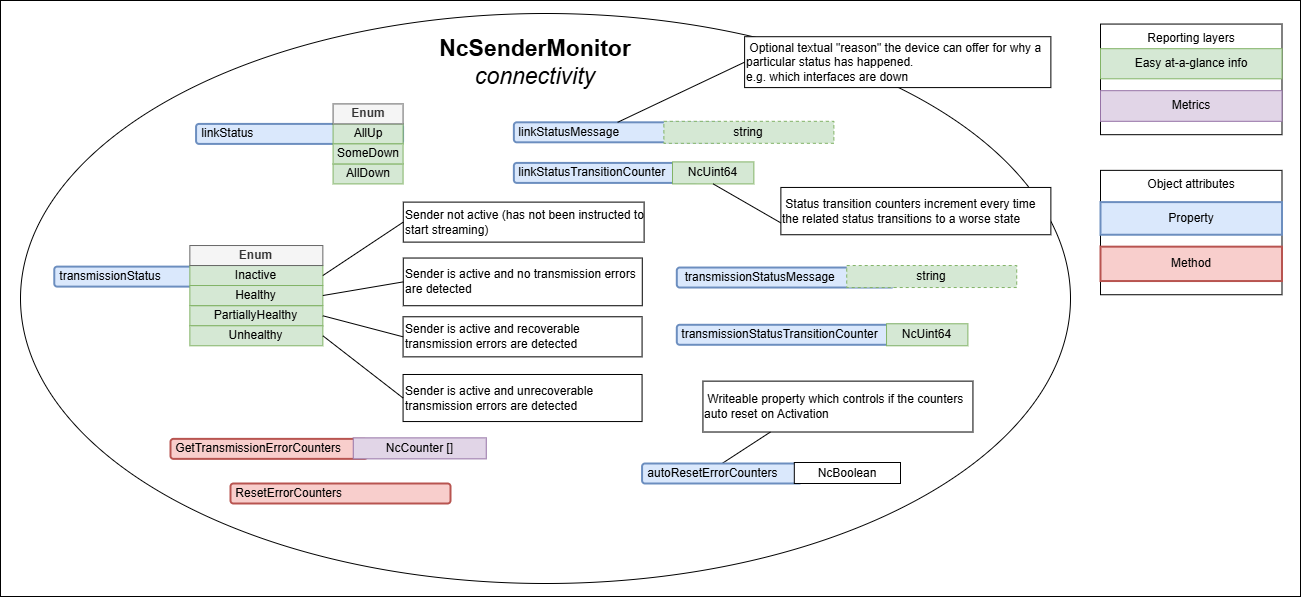
AMWA-TV/bcp-008-02 keeps this draw.io diagram as docs/images/sender-model-connectivity.png. Above is the earlier version. Source tidied: cells renumbered, new cells last; positions are measured from the earlier drawing's top-left corner, leaving out a move shared by most shapes.
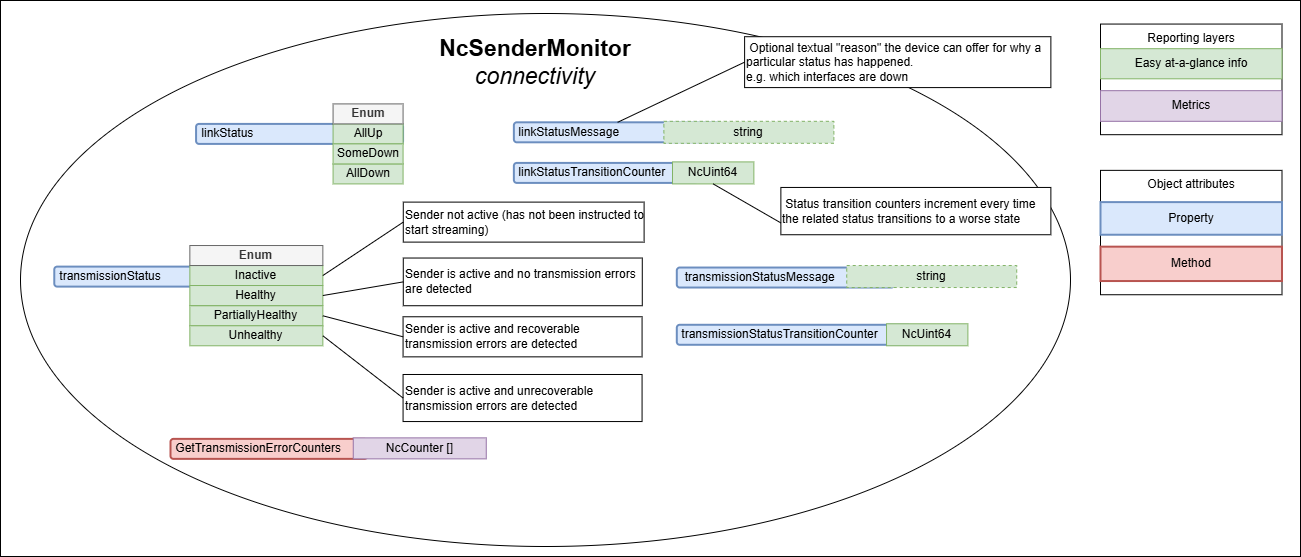
After the change.

Change to the diagram source:
```diff
@@ -3,10 +3,10 @@
     <mxCell id="0" />
     <mxCell id="1" parent="0" />
     <mxCell id="2" style="rounded=0;whiteSpace=wrap;html=1;" parent="1" vertex="1">
-      <mxGeometry width="1300" height="596" as="geometry" />
+      <mxGeometry width="1300" height="556" as="geometry" />
     </mxCell>
     <mxCell id="3" style="ellipse;whiteSpace=wrap;html=1;" parent="1" vertex="1">
-      <mxGeometry x="20" y="13" width="1050" height="570" as="geometry" />
+      <mxGeometry x="20" y="13" width="1050" height="533" as="geometry" />
     </mxCell>
     <mxCell id="4" value="&amp;nbsp;&amp;nbsp;transmissionStatusMessage" style="rounded=1;whiteSpace=wrap;html=1;align=left;fillColor=#dae8fc;strokeColor=#6c8ebf;strokeWidth=2;" parent="1" vertex="1">
       <mxGeometry x="676.3" y="267" width="217.5" height="20" as="geometry" />
@@ -104,11 +104,10 @@
     <mxCell id="35" value="string" style="rounded=0;whiteSpace=wrap;html=1;dashed=1;fillColor=#d5e8d4;strokeColor=#82b366;" parent="1" vertex="1">
       <mxGeometry x="846.2" y="265" width="170" height="22" as="geometry" />
     </mxCell>
-    <mxCell id="36" value="&amp;nbsp;Writeable property which controls if the counters auto reset on Activation" style="text;html=1;strokeColor=default;fillColor=default;align=left;verticalAlign=middle;whiteSpace=wrap;rounded=0;" parent="1" vertex="1">
-      <mxGeometry x="702.4" y="380.6" width="270" height="50.9" as="geometry" />
-    </mxCell>
-    <mxCell id="37" style="endArrow=none;html=1;rounded=0;entryX=0.5;entryY=0;entryDx=0;entryDy=0;exitX=0.25;exitY=1;exitDx=0;exitDy=0;" parent="1" edge="1" source="36" target="41">
-      <mxGeometry relative="1" as="geometry" />
+    <mxCell id="37" style="endArrow=none;html=1;rounded=0;entryX=0.5;entryY=0;entryDx=0;entryDy=0;exitX=0.25;exitY=1;exitDx=0;exitDy=0;" parent="1" edge="1" target="x">
+      <mxGeometry relative="1" as="geometry">
+        <mxPoint x="769.9" y="431.5" as="sourcePoint" />
+      </mxGeometry>
     </mxCell>
     <mxCell id="38" value="&amp;nbsp;GetTransmissionErrorCounters" style="rounded=1;whiteSpace=wrap;html=1;align=left;fillColor=#f8cecc;strokeColor=#b85450;strokeWidth=2;" parent="1" vertex="1">
       <mxGeometry x="170" y="438.4" width="197" height="20" as="geometry" />
@@ -116,15 +115,6 @@
     <mxCell id="39" value="NcCounter []" style="rounded=0;whiteSpace=wrap;html=1;fillColor=#e1d5e7;strokeColor=#9673a6;" parent="1" vertex="1">
       <mxGeometry x="352.8" y="437.4" width="133" height="21" as="geometry" />
     </mxCell>
-    <mxCell id="40" value="&amp;nbsp;ResetErrorCounters" style="rounded=1;whiteSpace=wrap;html=1;align=left;fillColor=#f8cecc;strokeColor=#b85450;strokeWidth=2;" parent="1" vertex="1">
-      <mxGeometry x="230" y="483" width="220" height="20" as="geometry" />
-    </mxCell>
-    <mxCell id="41" value="&amp;nbsp;autoResetErrorCounters" style="rounded=1;whiteSpace=wrap;html=1;align=left;fillColor=#dae8fc;strokeColor=#6c8ebf;strokeWidth=2;" parent="1" vertex="1">
-      <mxGeometry x="641.6" y="463" width="160" height="20" as="geometry" />
-    </mxCell>
-    <mxCell id="42" value="NcBoolean" style="rounded=0;whiteSpace=wrap;html=1;" parent="1" vertex="1">
-      <mxGeometry x="793.8" y="462" width="106.2" height="21" as="geometry" />
-    </mxCell>
     <mxCell id="43" value="&amp;nbsp;transmissionStatusTransitionCounter" style="rounded=1;whiteSpace=wrap;html=1;align=left;fillColor=#dae8fc;strokeColor=#6c8ebf;strokeWidth=2;" parent="1" vertex="1">
       <mxGeometry x="676.3" y="324.3" width="234.4" height="20" as="geometry" />
     </mxCell>
```
